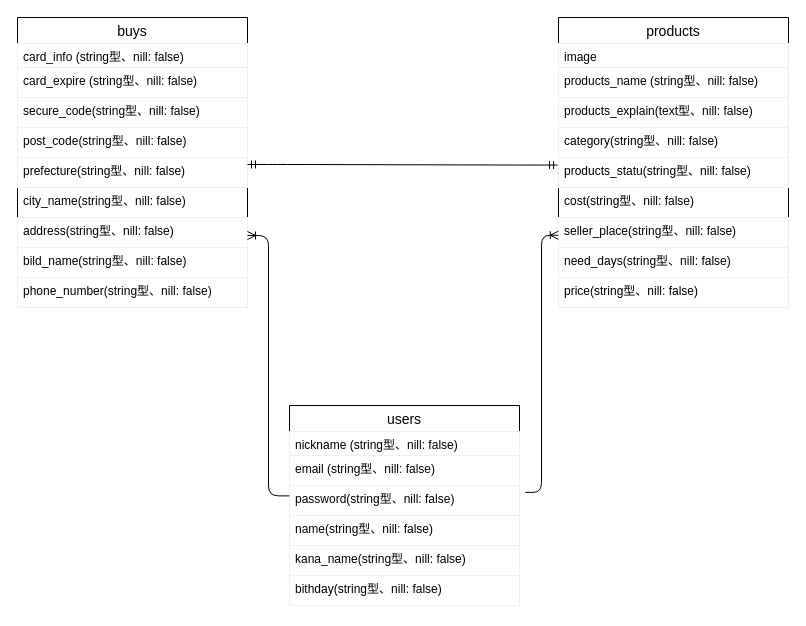
Above: test.dio in shb1204st/furima-36208 (draw.io), before the change. Source tidied: cells renumbered, new cells numbered last; positions are measured from the earlier drawing's top-left corner, leaving out a move shared by most shapes. Both pictures are drawn from the tidied source at 100%, with x=0, y=0 at pixel (17, 17).
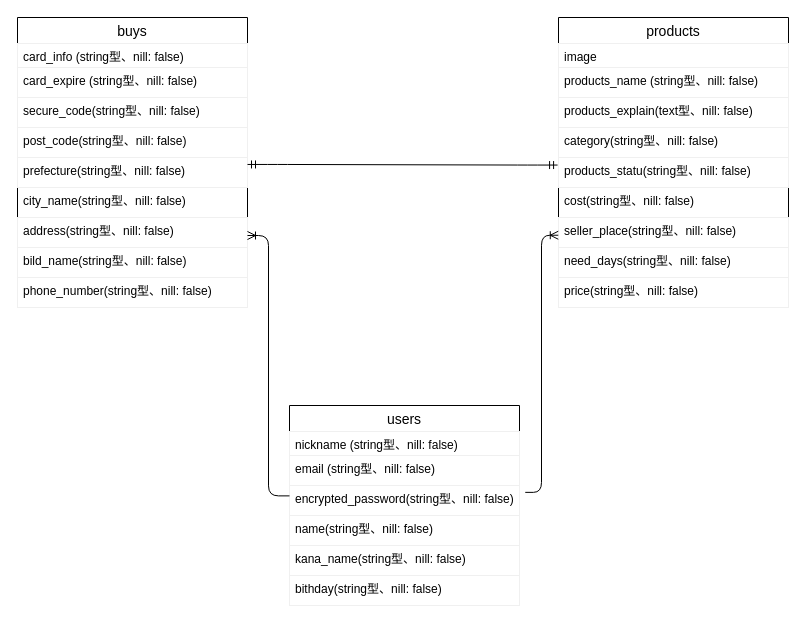
After the change.

The change refers to these unchanged cells:
```xml
<mxCell id="2" value="users" style="swimlane;fontStyle=0;horizontal=1;startSize=26;align=center;fontSize=14;" parent="1" vertex="1">
  <mxGeometry x="272" y="388" width="230" height="200" as="geometry" />
</mxCell>
```

The edit, as a diff of the source:
```diff
@@
-    <mxCell id="5" value="password(string型、nill: false)" style="text;fillColor=none;spacingLeft=4;spacingRight=4;overflow=hidden;points=[[0,0.5],[1,0.5]];portConstraint=eastwest;fontSize=12;strokeColor=#f0f0f0;" parent="2" vertex="1">
+    <mxCell id="5" value="encrypted_password(string型、nill: false)" style="text;fillColor=none;spacingLeft=4;spacingRight=4;overflow=hidden;points=[[0,0.5],[1,0.5]];portConstraint=eastwest;fontSize=12;strokeColor=#f0f0f0;" parent="2" vertex="1">
       <mxGeometry y="80" width="230" height="30" as="geometry" />
     </mxCell>
```
